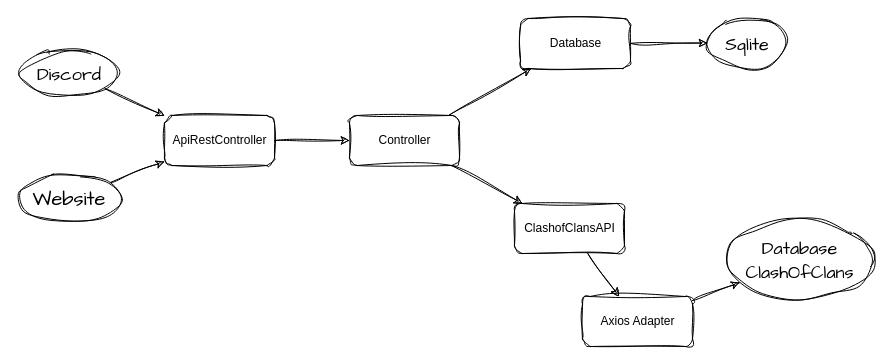
elmanueh/api-clashofclans.js keeps this draw.io diagram as domain-model.drawio. Above is the earlier version. Source tidied: cells renumbered, new cells numbered last; positions are measured from the earlier drawing's top-left corner, leaving out a move shared by most shapes. Both pictures are drawn from the tidied source at 100%, with x=0, y=0 at pixel (17, 17).
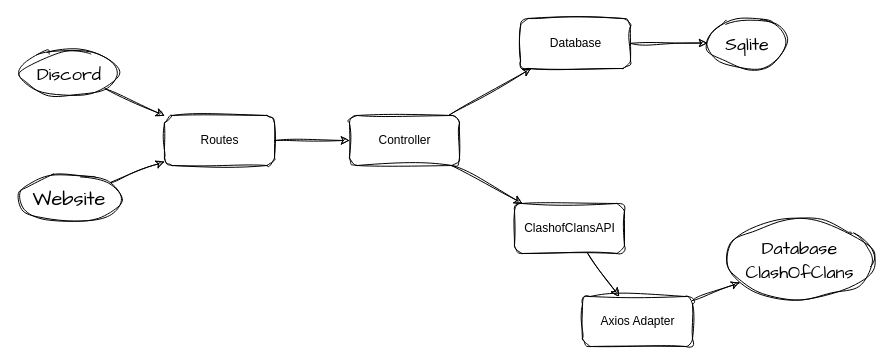
Above is the later version.

Commit message:
New model domain

What changed in the source:
```diff
@@
 <mxGraphModel>
   <root>
     <mxCell id="0" />
     <mxCell id="1" parent="0" />
     <mxCell id="2" value="Axios Adapter" style="html=1;rounded=1;sketch=1;curveFitting=1;jiggle=2;" parent="1" vertex="1">
       <mxGeometry x="565" y="279" width="110" height="50" as="geometry" />
     </mxCell>
     <mxCell id="3" style="edgeStyle=none;html=1;rounded=1;sketch=1;curveFitting=1;jiggle=2;" parent="1" edge="1" source="4" target="2">
       <mxGeometry relative="1" as="geometry" />
     </mxCell>
     <mxCell id="4" value="ClashofClansAPI" style="html=1;rounded=1;sketch=1;curveFitting=1;jiggle=2;fillColor=none;" parent="1" vertex="1">
       <mxGeometry x="497" y="186" width="110" height="50" as="geometry" />
     </mxCell>
     <mxCell id="5" style="edgeStyle=none;rounded=1;sketch=1;hachureGap=4;jiggle=2;curveFitting=1;html=1;fontFamily=Architects Daughter;fontSize=16;" parent="1" edge="1" source="2" target="11">
       <mxGeometry relative="1" as="geometry" />
     </mxCell>
     <mxCell id="6" style="edgeStyle=none;rounded=1;sketch=1;hachureGap=4;jiggle=2;curveFitting=1;html=1;fontFamily=Architects Daughter;fontSize=16;" parent="1" edge="1" source="7" target="12">
       <mxGeometry relative="1" as="geometry" />
     </mxCell>
     <mxCell id="7" value="Database" style="html=1;rounded=1;sketch=1;curveFitting=1;jiggle=2;" parent="1" vertex="1">
       <mxGeometry x="503" y="1" width="110" height="50" as="geometry" />
     </mxCell>
     <mxCell id="8" style="edgeStyle=none;html=1;rounded=1;sketch=1;curveFitting=1;jiggle=2;" parent="1" edge="1" source="10" target="7">
       <mxGeometry relative="1" as="geometry" />
     </mxCell>
     <mxCell id="9" style="edgeStyle=none;html=1;rounded=1;sketch=1;curveFitting=1;jiggle=2;" parent="1" edge="1" source="10" target="4">
       <mxGeometry relative="1" as="geometry" />
     </mxCell>
     <mxCell id="10" value="Controller" style="html=1;rounded=1;sketch=1;curveFitting=1;jiggle=2;" parent="1" vertex="1">
       <mxGeometry x="332" y="98" width="110" height="50" as="geometry" />
     </mxCell>
     <mxCell id="11" value="&lt;font style=&quot;font-size: 18px;&quot;&gt;Database&lt;br&gt;ClashOfClans&lt;/font&gt;" style="ellipse;whiteSpace=wrap;html=1;rounded=1;sketch=1;hachureGap=4;jiggle=2;curveFitting=1;fontFamily=Architects Daughter;fontSize=20;" parent="1" vertex="1">
       <mxGeometry x="709" y="202" width="147" height="80" as="geometry" />
     </mxCell>
     <mxCell id="12" value="&lt;font style=&quot;font-size: 18px;&quot;&gt;Sqlite&lt;/font&gt;" style="ellipse;whiteSpace=wrap;html=1;rounded=1;sketch=1;hachureGap=4;jiggle=2;curveFitting=1;fontFamily=Architects Daughter;fontSize=20;fillColor=none;" parent="1" vertex="1">
       <mxGeometry x="690" width="80" height="51" as="geometry" />
     </mxCell>
     <mxCell id="13" style="edgeStyle=none;sketch=1;hachureGap=4;jiggle=2;curveFitting=1;html=1;fontFamily=Architects Daughter;fontSize=18;" parent="1" edge="1" source="14" target="10">
       <mxGeometry relative="1" as="geometry" />
     </mxCell>
-    <mxCell id="14" value="ApiRestController" style="html=1;rounded=1;sketch=1;curveFitting=1;jiggle=2;" parent="1" vertex="1">
+    <mxCell id="14" value="Routes" style="html=1;rounded=1;sketch=1;curveFitting=1;jiggle=2;" parent="1" vertex="1">
       <mxGeometry x="147" y="98" width="110" height="50" as="geometry" />
     </mxCell>
     <mxCell id="15" style="edgeStyle=none;sketch=1;hachureGap=4;jiggle=2;curveFitting=1;html=1;fontFamily=Architects Daughter;fontSize=18;" parent="1" edge="1" source="16" target="14">
       <mxGeometry relative="1" as="geometry" />
     </mxCell>
     <mxCell id="16" value="Website" style="ellipse;whiteSpace=wrap;html=1;rounded=1;sketch=1;hachureGap=4;jiggle=2;curveFitting=1;fontFamily=Architects Daughter;fontSize=20;" parent="1" vertex="1">
       <mxGeometry y="157" width="104" height="47" as="geometry" />
     </mxCell>
     <mxCell id="17" style="edgeStyle=none;sketch=1;hachureGap=4;jiggle=2;curveFitting=1;html=1;fontFamily=Architects Daughter;fontSize=18;" parent="1" edge="1" source="18" target="14">
       <mxGeometry relative="1" as="geometry" />
     </mxCell>
     <mxCell id="18" value="&lt;font style=&quot;font-size: 18px;&quot;&gt;Discord&lt;/font&gt;" style="ellipse;whiteSpace=wrap;html=1;rounded=1;sketch=1;hachureGap=4;jiggle=2;curveFitting=1;fontFamily=Architects Daughter;fontSize=20;" parent="1" vertex="1">
       <mxGeometry x="4" y="32" width="96" height="47" as="geometry" />
     </mxCell>
   </root>
 </mxGraphModel>
```
